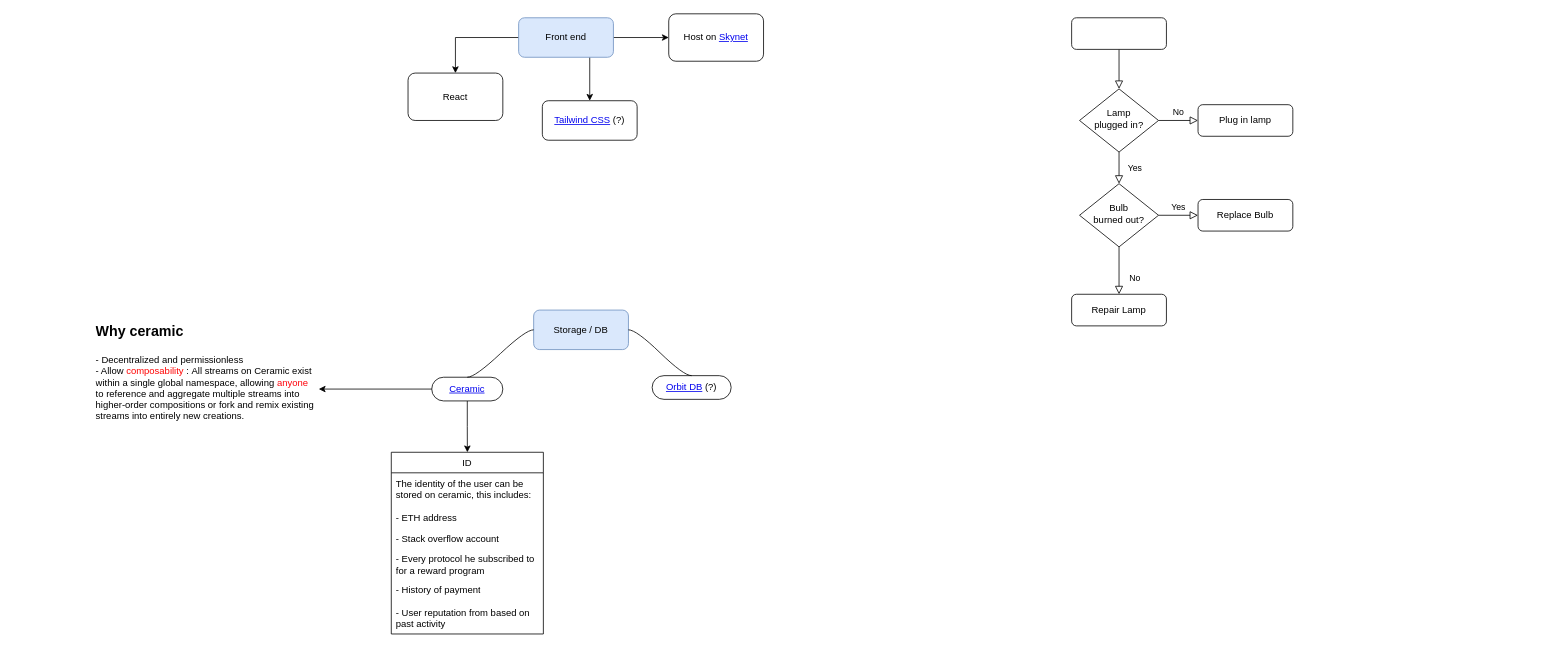
The draw.io diagram architecture.drawio in eth-hackathon/neptune, before the edit. Source tidied: cells renumbered, new cells numbered last; positions are measured from the earlier drawing's top-left corner, leaving out a move shared by most shapes. Both pictures are drawn from the tidied source at 79%, with x=0, y=0 at pixel (92, 13).
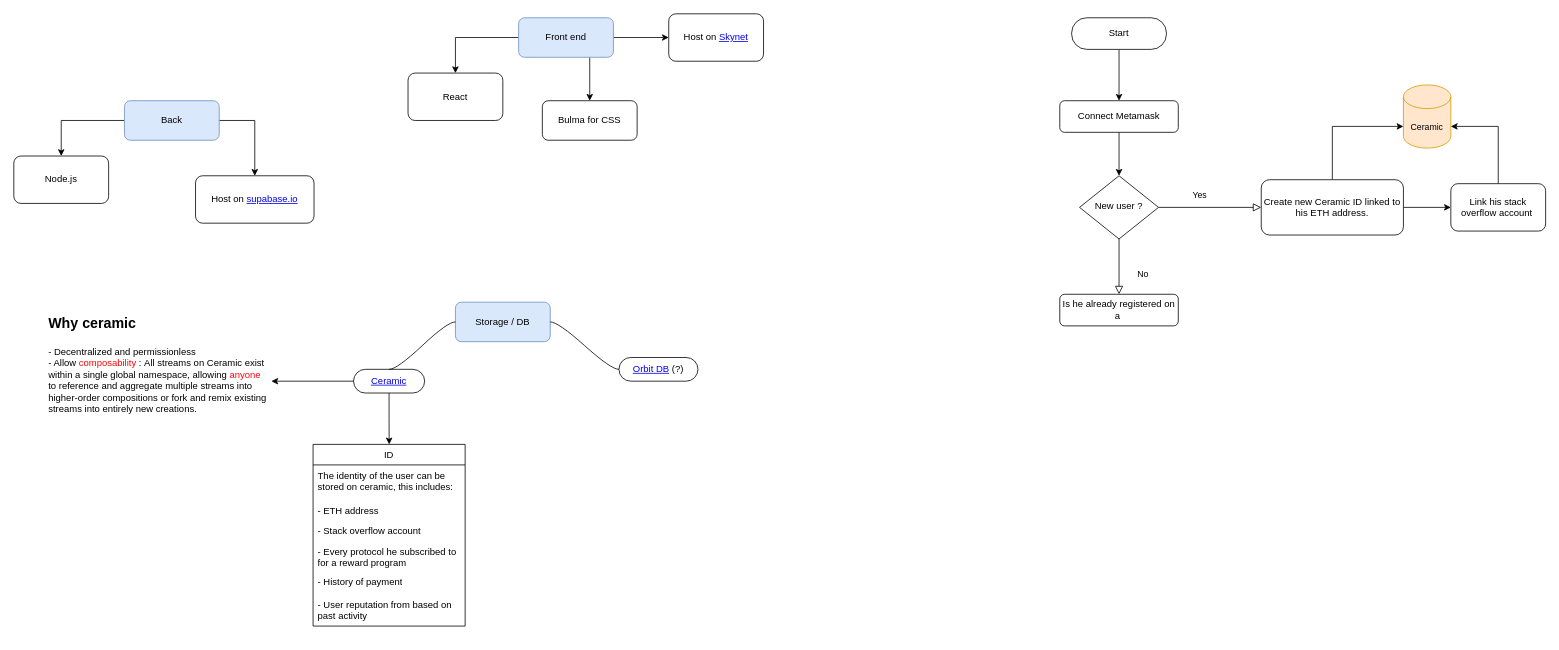
The same diagram, later.

What changed in the source:
```diff
@@
-    <mxCell id="2" style="rounded=0;html=1;jettySize=auto;fontSize=11;endArrow=block;endFill=0;endSize=8;strokeWidth=1;shadow=0;labelBackgroundColor=none;edgeStyle=orthogonalEdgeStyle;" parent="1" edge="1" source="3" target="6">
-      <mxGeometry relative="1" as="geometry" />
-    </mxCell>
+    <mxCell id="35" style="edgeStyle=orthogonalEdgeStyle;rounded=0;jettySize=auto;html=1;fontSize=11;" parent="1" edge="1" source="3" target="44">
+      <mxGeometry relative="1" as="geometry" />
+    </mxCell>
-    <mxCell id="3" value="&amp;nbsp; &amp;nbsp; &amp;nbsp; &amp;nbsp;" style="rounded=1;whiteSpace=wrap;html=1;fontSize=12;glass=0;strokeWidth=1;shadow=0;" parent="1" vertex="1">
+    <mxCell id="3" value="Start" style="rounded=1;whiteSpace=wrap;html=1;fontSize=12;glass=0;strokeWidth=1;shadow=0;arcSize=48;" parent="1" vertex="1">
       <mxGeometry x="1240" y="5" width="120" height="40" as="geometry" />
     </mxCell>
-    <mxCell id="4" value="Yes" style="rounded=0;html=1;jettySize=auto;fontSize=11;endArrow=block;endFill=0;endSize=8;strokeWidth=1;shadow=0;labelBackgroundColor=none;edgeStyle=orthogonalEdgeStyle;" parent="1" edge="1" source="6" target="10">
-      <mxGeometry y="20" relative="1" as="geometry" />
+    <mxCell id="4" value="No" style="rounded=0;html=1;jettySize=auto;fontSize=11;endArrow=block;endFill=0;endSize=8;strokeWidth=1;shadow=0;labelBackgroundColor=none;edgeStyle=orthogonalEdgeStyle;" parent="1" edge="1" source="6" target="46">
+      <mxGeometry x="0.25" y="30" relative="1" as="geometry" />
     </mxCell>
-    <mxCell id="5" value="No" style="edgeStyle=orthogonalEdgeStyle;rounded=0;html=1;jettySize=auto;fontSize=11;endArrow=block;endFill=0;endSize=8;strokeWidth=1;shadow=0;labelBackgroundColor=none;" parent="1" edge="1" source="6" target="7">
-      <mxGeometry y="10" relative="1" as="geometry" />
+    <mxCell id="5" value="Yes" style="edgeStyle=orthogonalEdgeStyle;rounded=0;html=1;jettySize=auto;fontSize=11;endArrow=block;endFill=0;endSize=8;strokeWidth=1;shadow=0;labelBackgroundColor=none;" parent="1" edge="1" source="6" target="7">
+      <mxGeometry x="-0.2" y="15" relative="1" as="geometry" />
     </mxCell>
-    <mxCell id="6" value="Lamp&lt;br&gt;plugged in?" style="rhombus;whiteSpace=wrap;html=1;shadow=0;fontFamily=Helvetica;fontSize=12;align=center;strokeWidth=1;spacing=6;spacingTop=-4;" parent="1" vertex="1">
-      <mxGeometry x="1250" y="95" width="100" height="80" as="geometry" />
+    <mxCell id="6" value="New user ?" style="rhombus;whiteSpace=wrap;html=1;shadow=0;fontFamily=Helvetica;fontSize=12;align=center;strokeWidth=1;spacing=6;spacingTop=-4;" parent="1" vertex="1">
+      <mxGeometry x="1250" y="205" width="100" height="80" as="geometry" />
     </mxCell>
+    <mxCell id="36" style="edgeStyle=orthogonalEdgeStyle;rounded=0;jettySize=auto;html=1;fontSize=11;fontColor=#4FD0FF;" parent="1" edge="1" source="7" target="48">
+      <mxGeometry relative="1" as="geometry" />
+    </mxCell>
+    <mxCell id="37" style="edgeStyle=orthogonalEdgeStyle;rounded=0;jettySize=auto;html=1;entryX=0;entryY=0;entryDx=0;entryDy=52.5;entryPerimeter=0;fontSize=11;fontColor=#4FD0FF;" parent="1" edge="1" source="7" target="45">
+      <mxGeometry relative="1" as="geometry" />
+    </mxCell>
-    <mxCell id="7" value="Plug in lamp" style="rounded=1;whiteSpace=wrap;html=1;fontSize=12;glass=0;strokeWidth=1;shadow=0;" parent="1" vertex="1">
-      <mxGeometry x="1400" y="115" width="120" height="40" as="geometry" />
+    <mxCell id="7" value="Create new Ceramic ID linked to his ETH address." style="rounded=1;whiteSpace=wrap;html=1;fontSize=12;glass=0;strokeWidth=1;shadow=0;" parent="1" vertex="1">
+      <mxGeometry x="1480" y="210" width="180" height="70" as="geometry" />
     </mxCell>
-    <mxCell id="8" value="No" style="rounded=0;html=1;jettySize=auto;fontSize=11;endArrow=block;endFill=0;endSize=8;strokeWidth=1;shadow=0;labelBackgroundColor=none;edgeStyle=orthogonalEdgeStyle;" parent="1" edge="1" source="10" target="11">
-      <mxGeometry x="0.33" y="20" relative="1" as="geometry" />
-    </mxCell>
-    <mxCell id="9" value="Yes" style="edgeStyle=orthogonalEdgeStyle;rounded=0;html=1;jettySize=auto;fontSize=11;endArrow=block;endFill=0;endSize=8;strokeWidth=1;shadow=0;labelBackgroundColor=none;" parent="1" edge="1" source="10" target="12">
-      <mxGeometry y="10" relative="1" as="geometry" />
-    </mxCell>
-    <mxCell id="10" value="Bulb&lt;br&gt;burned out?" style="rhombus;whiteSpace=wrap;html=1;shadow=0;fontFamily=Helvetica;fontSize=12;align=center;strokeWidth=1;spacing=6;spacingTop=-4;" parent="1" vertex="1">
-      <mxGeometry x="1250" y="215" width="100" height="80" as="geometry" />
-    </mxCell>
-    <mxCell id="11" value="Repair Lamp" style="rounded=1;whiteSpace=wrap;html=1;fontSize=12;glass=0;strokeWidth=1;shadow=0;" parent="1" vertex="1">
-      <mxGeometry x="1240" y="355" width="120" height="40" as="geometry" />
-    </mxCell>
-    <mxCell id="12" value="Replace Bulb" style="rounded=1;whiteSpace=wrap;html=1;fontSize=12;glass=0;strokeWidth=1;shadow=0;" parent="1" vertex="1">
-      <mxGeometry x="1400" y="235" width="120" height="40" as="geometry" />
-    </mxCell>
@@
-    <mxCell id="18" value="&lt;a href=&quot;https://tailwindcss.com/&quot;&gt;Tailwind CSS&lt;/a&gt; (?)" style="rounded=1;whiteSpace=wrap;html=1;" parent="1" vertex="1">
+    <mxCell id="18" value="Bulma for CSS" style="rounded=1;whiteSpace=wrap;html=1;" parent="1" vertex="1">
       <mxGeometry x="570" y="110" width="120" height="50" as="geometry" />
     </mxCell>
     <mxCell id="19" value="Storage / DB" style="rounded=1;whiteSpace=wrap;html=1;fillColor=#dae8fc;strokeColor=#6c8ebf;" parent="1" vertex="1">
-      <mxGeometry x="559" y="375" width="120" height="50" as="geometry" />
+      <mxGeometry x="460" y="365" width="120" height="50" as="geometry" />
     </mxCell>
@@
     <mxCell id="22" value="&lt;a href=&quot;https://developers.ceramic.network/learn/welcome/&quot;&gt;Ceramic&lt;/a&gt;" style="whiteSpace=wrap;html=1;rounded=1;arcSize=50;align=center;verticalAlign=middle;strokeWidth=1;spacing=4;newEdgeStyle={&quot;edgeStyle&quot;:&quot;entityRelationEdgeStyle&quot;,&quot;startArrow&quot;:&quot;none&quot;,&quot;endArrow&quot;:&quot;none&quot;,&quot;segment&quot;:10,&quot;curved&quot;:1};" parent="1" vertex="1">
-      <mxGeometry x="430" y="460" width="90" height="30" as="geometry" />
+      <mxGeometry x="331" y="450" width="90" height="30" as="geometry" />
     </mxCell>
@@
-    <mxCell id="24" value="&lt;a href=&quot;https://github.com/orbitdb/orbit-db&quot;&gt;Orbit DB&lt;/a&gt; (?)" style="whiteSpace=wrap;html=1;rounded=1;arcSize=50;align=center;verticalAlign=middle;strokeWidth=1;spacing=4;newEdgeStyle={&quot;edgeStyle&quot;:&quot;entityRelationEdgeStyle&quot;,&quot;startArrow&quot;:&quot;none&quot;,&quot;endArrow&quot;:&quot;none&quot;,&quot;segment&quot;:10,&quot;curved&quot;:1};" parent="1" vertex="1">
-      <mxGeometry x="709" y="458" width="100" height="30" as="geometry" />
+    <mxCell id="24" value="&lt;a href=&quot;https://github.com/orbitdb/orbit-db&quot;&gt;Orbit DB&lt;/a&gt; (?)" style="whiteSpace=wrap;html=1;rounded=1;arcSize=50;align=center;verticalAlign=middle;strokeWidth=1;spacing=4;newEdgeStyle={&quot;edgeStyle&quot;:&quot;entityRelationEdgeStyle&quot;,&quot;startArrow&quot;:&quot;none&quot;,&quot;endArrow&quot;:&quot;none&quot;,&quot;segment&quot;:10,&quot;curved&quot;:1};" parent="1" vertex="1" collapsed="1">
+      <mxGeometry x="667" y="435" width="100" height="30" as="geometry" />
     </mxCell>
-    <mxCell id="25" style="edgeStyle=entityRelationEdgeStyle;startArrow=none;endArrow=none;segment=10;curved=1;entryX=0.5;entryY=0;entryDx=0;entryDy=0;" parent="1" edge="1" source="19" target="24">
+    <mxCell id="25" style="edgeStyle=entityRelationEdgeStyle;startArrow=none;endArrow=none;segment=10;curved=1;entryX=0;entryY=0.5;entryDx=0;entryDy=0;" parent="1" edge="1" source="19" target="24">
       <mxGeometry relative="1" as="geometry" />
     </mxCell>
@@
     <mxCell id="27" value="ID" style="swimlane;fontStyle=0;horizontal=1;startSize=26;" parent="1" vertex="1">
-      <mxGeometry x="378.8" y="555" width="192.5" height="230" as="geometry" />
+      <mxGeometry x="279.8" y="545" width="192.5" height="230" as="geometry" />
     </mxCell>
@@
     <mxCell id="34" value="&lt;h1&gt;&lt;font style=&quot;font-size: 18px&quot;&gt;Why ceramic&lt;/font&gt;&lt;/h1&gt;&lt;p&gt;- Decentralized and permissionless&lt;br&gt;- Allow &lt;font color=&quot;#ff0303&quot;&gt;composability&lt;/font&gt;&amp;nbsp;:&amp;nbsp;All streams on Ceramic exist within a single global namespace, allowing &lt;font color=&quot;#ff050d&quot;&gt;anyone&lt;/font&gt; to reference and aggregate multiple streams into higher-order compositions or fork and remix existing streams into entirely new creations.&lt;/p&gt;" style="text;html=1;strokeColor=none;fillColor=none;spacing=5;spacingTop=-20;whiteSpace=wrap;overflow=hidden;rounded=0;align=left;" parent="1" vertex="1">
-      <mxGeometry y="380" width="287" height="190" as="geometry" />
+      <mxGeometry x="-60" y="370" width="287" height="190" as="geometry" />
     </mxCell>
+    <mxCell id="38" style="edgeStyle=orthogonalEdgeStyle;rounded=0;jettySize=auto;html=1;" parent="1" edge="1" source="40" target="41">
+      <mxGeometry relative="1" as="geometry" />
+    </mxCell>
+    <mxCell id="39" style="edgeStyle=orthogonalEdgeStyle;rounded=0;jettySize=auto;html=1;fontSize=11;exitX=1;exitY=0.5;exitDx=0;exitDy=0;" parent="1" edge="1" source="40" target="42">
+      <mxGeometry relative="1" as="geometry" />
+    </mxCell>
+    <mxCell id="40" value="Back" style="rounded=1;whiteSpace=wrap;html=1;fillColor=#dae8fc;strokeColor=#6c8ebf;" parent="1" vertex="1">
+      <mxGeometry x="41" y="110" width="120" height="50" as="geometry" />
+    </mxCell>
+    <mxCell id="41" value="Node.js" style="rounded=1;whiteSpace=wrap;html=1;" parent="1" vertex="1">
+      <mxGeometry x="-99" y="180" width="120" height="60" as="geometry" />
+    </mxCell>
+    <mxCell id="42" value="Host on&amp;nbsp;&lt;a href=&quot;https://supabase.io/&quot;&gt;supabase.io&lt;/a&gt;" style="whiteSpace=wrap;html=1;rounded=1;" parent="1" vertex="1">
+      <mxGeometry x="131" y="205" width="150" height="60" as="geometry" />
+    </mxCell>
+    <mxCell id="43" style="edgeStyle=orthogonalEdgeStyle;rounded=0;jettySize=auto;html=1;fontSize=11;" parent="1" edge="1" source="44" target="6">
+      <mxGeometry relative="1" as="geometry" />
+    </mxCell>
+    <mxCell id="44" value="Connect Metamask" style="rounded=1;whiteSpace=wrap;html=1;fontSize=12;glass=0;strokeWidth=1;shadow=0;" parent="1" vertex="1">
+      <mxGeometry x="1225" y="110" width="150" height="40" as="geometry" />
+    </mxCell>
+    <mxCell id="45" value="Ceramic" style="shape=cylinder3;whiteSpace=wrap;html=1;boundedLbl=1;backgroundOutline=1;size=15;fontSize=11;align=center;fillColor=#ffe6cc;strokeColor=#d79b00;" parent="1" vertex="1">
+      <mxGeometry x="1660" y="90" width="60" height="80" as="geometry" />
+    </mxCell>
+    <mxCell id="46" value="Is he already registered on a&amp;nbsp;" style="rounded=1;whiteSpace=wrap;html=1;fontSize=12;glass=0;strokeWidth=1;shadow=0;" parent="1" vertex="1">
+      <mxGeometry x="1225" y="355" width="150" height="40" as="geometry" />
+    </mxCell>
+    <mxCell id="47" style="edgeStyle=orthogonalEdgeStyle;rounded=0;jettySize=auto;html=1;entryX=1;entryY=0;entryDx=0;entryDy=52.5;entryPerimeter=0;fontSize=11;fontColor=#4FD0FF;" parent="1" edge="1" source="48" target="45">
+      <mxGeometry relative="1" as="geometry" />
+    </mxCell>
+    <mxCell id="48" value="Link his stack overflow account&amp;nbsp;" style="whiteSpace=wrap;html=1;rounded=1;shadow=0;strokeWidth=1;glass=0;" parent="1" vertex="1">
+      <mxGeometry x="1720" y="215" width="120" height="60" as="geometry" />
+    </mxCell>
```
